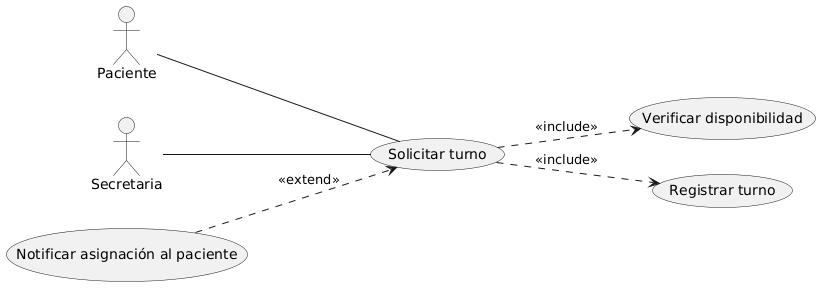
FacundoGuiraldes/SistemaTurnosMedicos keeps this PlantUML diagram as diagramas/02-casos-de-uso/02-caso-uso-solicitar-turno-01/02-caso-uso-solicitar-turno-01.png. Above is the earlier version.
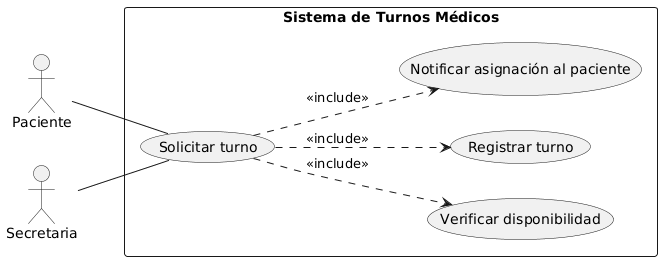
The same file after the commit.

What changed in the source:
```diff
@@ -1,17 +1,20 @@
 @startuml
 left to right direction
+
 actor Paciente
 actor Secretaria
 
-usecase "Solicitar turno" as UC1
-usecase "Verificar disponibilidad" as UC2
-usecase "Registrar turno" as UC3
+rectangle "Sistema de Turnos Médicos" {
+    usecase "Solicitar turno" as UC1
+    usecase "Verificar disponibilidad" as UC2
+    usecase "Registrar turno" as UC3
+    usecase "Notificar asignación al paciente" as UC4
+}
 
 Paciente -- UC1
 Secretaria -- UC1
 
 UC1 ..> UC2 : <<include>>
 UC1 ..> UC3 : <<include>>
-usecase "Notificar asignación al paciente" as UC4
-UC4 ..> UC1 : <<extend>>
+UC1 ..> UC4 : <<include>>
 @enduml
```
